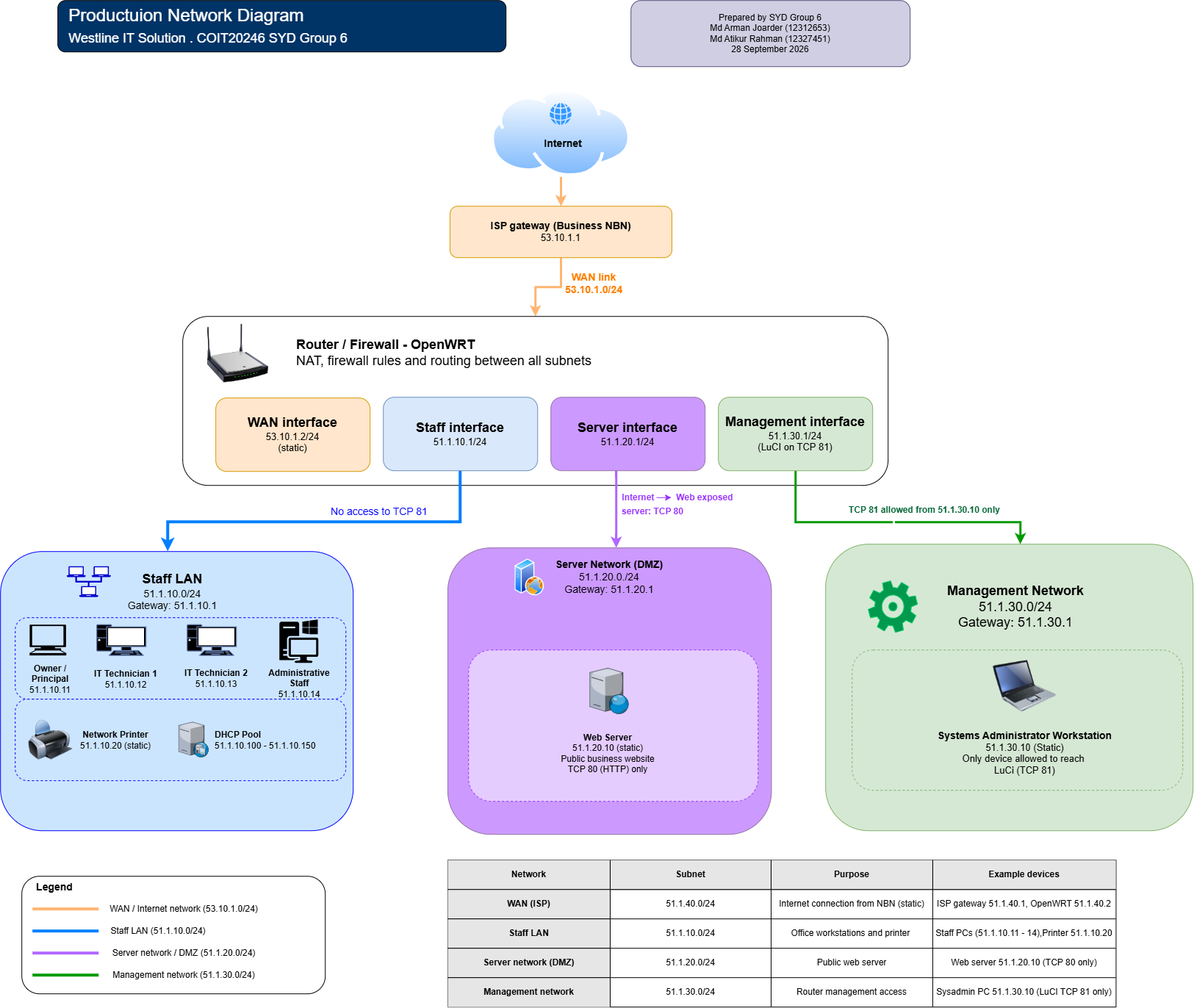
Before: images/production-network-diagram.png, a diagram exported from draw.io (T22026-COIT20246-Project-30-MM/SYD-Group-6). Source tidied: cells renumbered, new cells last; positions are measured from the earlier drawing's top-left corner, leaving out a move shared by most shapes.
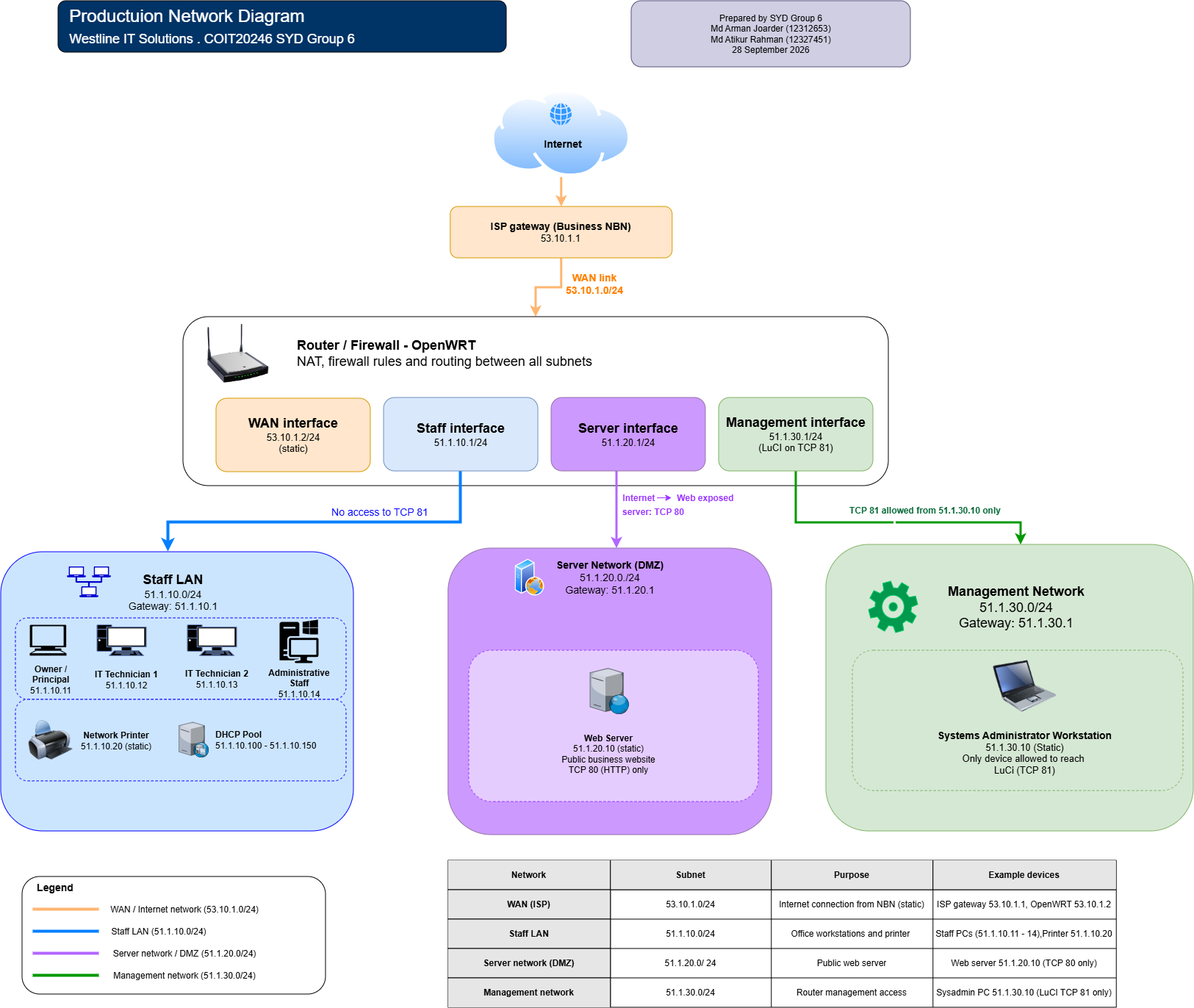
Above is the later version.

The edit, as a diff of the source:
```diff
@@ -2,7 +2,7 @@
   <root>
     <mxCell id="0" />
     <mxCell id="1" parent="0" />
-    <mxCell id="2" value="&lt;span style=&quot;color: rgb(255, 255, 255);&quot;&gt;&lt;font style=&quot;font-size: 24px;&quot;&gt;&amp;nbsp; Productuion Network Diagram&amp;nbsp;&lt;/font&gt;&lt;/span&gt;&lt;div&gt;&lt;span style=&quot;color: rgb(255, 255, 255);&quot;&gt;&lt;font style=&quot;font-size: 24px;&quot;&gt;&amp;nbsp; &lt;/font&gt;&lt;font style=&quot;font-size: 18px;&quot;&gt;Westline IT Solution . COIT20246 SYD Group 6&lt;/font&gt;&lt;/span&gt;&lt;/div&gt;" style="rounded=1;whiteSpace=wrap;html=1;fillColor=#003366;align=left;" parent="1" vertex="1">
+    <mxCell id="2" value="&lt;span style=&quot;color: rgb(255, 255, 255);&quot;&gt;&lt;font style=&quot;font-size: 24px;&quot;&gt;&amp;nbsp; Productuion Network Diagram&amp;nbsp;&lt;/font&gt;&lt;/span&gt;&lt;div&gt;&lt;span style=&quot;color: rgb(255, 255, 255);&quot;&gt;&lt;font style=&quot;font-size: 24px;&quot;&gt;&amp;nbsp; &lt;/font&gt;&lt;font style=&quot;font-size: 18px;&quot;&gt;Westline IT Solutions . COIT20246 SYD Group 6&lt;/font&gt;&lt;/span&gt;&lt;/div&gt;" style="rounded=1;whiteSpace=wrap;html=1;fillColor=#003366;align=left;" parent="1" vertex="1">
       <mxGeometry x="78" width="610" height="70" as="geometry" />
     </mxCell>
     <mxCell id="3" value="Prepared by SYD Group 6&lt;br&gt;Md Arman Joarder (12312653)&lt;br&gt;Md Atikur Rahman (12327451)&lt;br&gt;28 September 2026" style="rounded=1;whiteSpace=wrap;html=1;fillColor=#d0cee2;strokeColor=#56517e;" parent="1" vertex="1">
@@ -233,13 +233,13 @@
     <mxCell id="72" value="&lt;b&gt;WAN (ISP)&lt;/b&gt;" style="shape=partialRectangle;html=1;whiteSpace=wrap;strokeColor=inherit;overflow=hidden;fillColor=#E6E6E6;top=0;left=0;bottom=0;right=0;" parent="71" vertex="1">
       <mxGeometry width="221" height="40" as="geometry" />
     </mxCell>
-    <mxCell id="73" value="51.1.40.0/24" style="shape=partialRectangle;html=1;whiteSpace=wrap;strokeColor=inherit;overflow=hidden;fillColor=none;top=0;left=0;bottom=0;right=0;" parent="71" vertex="1">
+    <mxCell id="73" value="53.10.1.0/24" style="shape=partialRectangle;html=1;whiteSpace=wrap;strokeColor=inherit;overflow=hidden;fillColor=none;top=0;left=0;bottom=0;right=0;" parent="71" vertex="1">
       <mxGeometry x="221" width="219" height="40" as="geometry" />
     </mxCell>
     <mxCell id="74" value="Internet connection from NBN (static)" style="shape=partialRectangle;html=1;whiteSpace=wrap;strokeColor=inherit;overflow=hidden;fillColor=none;top=0;left=0;bottom=0;right=0;" parent="71" vertex="1">
       <mxGeometry x="440" width="220" height="40" as="geometry" />
     </mxCell>
-    <mxCell id="75" value="ISP gateway 51.1.40.1, OpenWRT 51.1.40.2" style="shape=partialRectangle;html=1;whiteSpace=wrap;strokeColor=inherit;overflow=hidden;fillColor=none;top=0;left=0;bottom=0;right=0;" parent="71" vertex="1">
+    <mxCell id="75" value="ISP gateway 53.10.1.1, OpenWRT 53.10.1.2" style="shape=partialRectangle;html=1;whiteSpace=wrap;strokeColor=inherit;overflow=hidden;fillColor=none;top=0;left=0;bottom=0;right=0;" parent="71" vertex="1">
       <mxGeometry x="660" width="249" height="40" as="geometry" />
     </mxCell>
     <mxCell id="76" style="shape=tableRow;horizontal=0;startSize=0;swimlaneHead=0;swimlaneBody=0;strokeColor=inherit;top=0;left=0;bottom=0;right=0;fillColor=none;fixedHeader=1;" parent="65" vertex="1">
@@ -263,7 +263,7 @@
     <mxCell id="82" value="&lt;b&gt;Server network (DMZ)&lt;/b&gt;" style="shape=partialRectangle;html=1;whiteSpace=wrap;strokeColor=inherit;overflow=hidden;fillColor=#E6E6E6;top=0;left=0;bottom=0;right=0;" parent="81" vertex="1">
       <mxGeometry width="221" height="40" as="geometry" />
     </mxCell>
-    <mxCell id="83" value="51.1.20.0/24" style="shape=partialRectangle;html=1;whiteSpace=wrap;strokeColor=inherit;overflow=hidden;fillColor=none;top=0;left=0;bottom=0;right=0;" parent="81" vertex="1">
+    <mxCell id="83" value="51.1.20.0/ 24" style="shape=partialRectangle;html=1;whiteSpace=wrap;strokeColor=inherit;overflow=hidden;fillColor=none;top=0;left=0;bottom=0;right=0;" parent="81" vertex="1">
       <mxGeometry x="221" width="219" height="40" as="geometry" />
     </mxCell>
     <mxCell id="84" value="Public web server" style="shape=partialRectangle;html=1;whiteSpace=wrap;strokeColor=inherit;overflow=hidden;fillColor=none;top=0;left=0;bottom=0;right=0;" parent="81" vertex="1">
```
